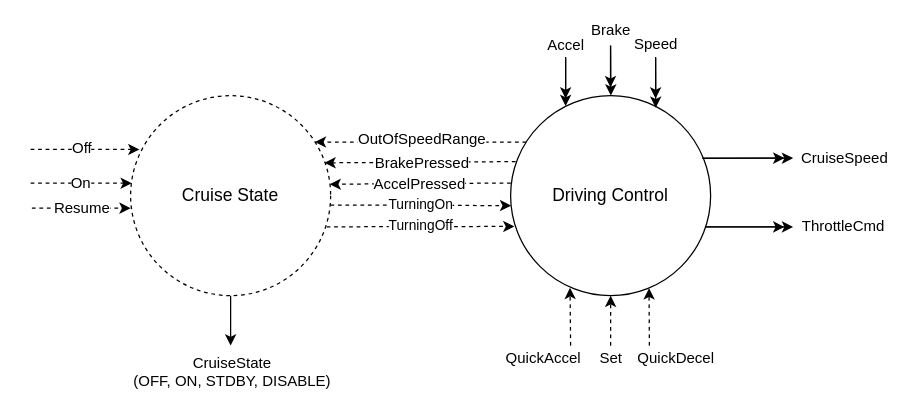
This is Diagrams/refinement.drawio from jacoballen4534/Cruise-Controller, a draw.io file, before an edit. Source tidied: cells renumbered, new cells numbered last; positions are measured from the earlier drawing's top-left corner, leaving out a move shared by most shapes. Both pictures are drawn from the tidied source at 125%, with x=0, y=0 at pixel (30, 45).
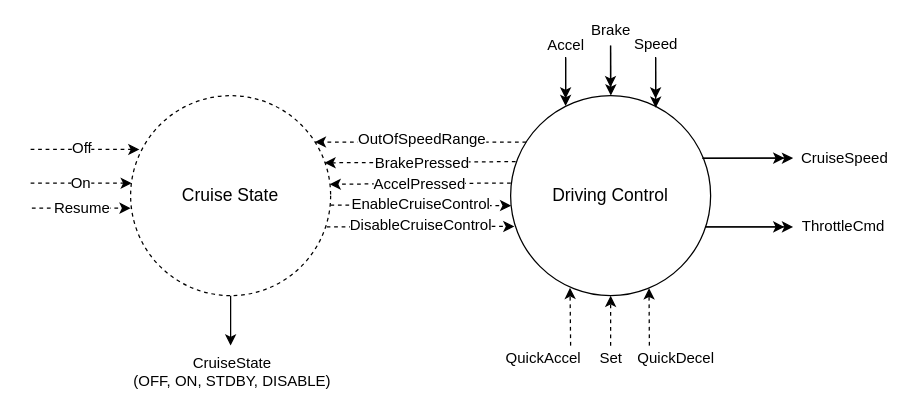
The same page after the edit.

Commit message:
Update turning on/off to enable / disable cruise control

The change refers to these unchanged cells:
```xml
<mxCell id="30" style="endArrow=classic;html=1;exitX=0.999;exitY=0.547;exitDx=0;exitDy=0;exitPerimeter=0;entryX=0.003;entryY=0.55;entryDx=0;entryDy=0;entryPerimeter=0;dashed=1;" parent="1" edge="1" source="3" target="2">
  <mxGeometry relative="1" as="geometry" />
</mxCell>
<mxCell id="32" style="endArrow=classic;html=1;entryX=0.019;entryY=0.654;entryDx=0;entryDy=0;entryPerimeter=0;exitX=0.98;exitY=0.656;exitDx=0;exitDy=0;exitPerimeter=0;dashed=1;" parent="1" edge="1" source="3" target="2">
  <mxGeometry relative="1" as="geometry" />
</mxCell>
```

Diff of the diagram source:
```diff
@@
-    <mxCell id="31" value="TurningOn" style="edgeLabel;html=1;align=center;verticalAlign=middle;" parent="30" vertex="1">
+    <mxCell id="31" value="&lt;font style=&quot;font-size: 12px&quot;&gt;Enable&lt;/font&gt;&lt;span style=&quot;font-size: 12px&quot;&gt;CruiseControl&lt;/span&gt;" style="edgeLabel;html=1;align=center;verticalAlign=middle;" parent="30" vertex="1">
       <mxGeometry x="0.37" y="1" relative="1" as="geometry">
         <mxPoint x="-27" y="0.1" as="offset" />
       </mxGeometry>
     </mxCell>
@@
-    <mxCell id="33" value="TurningOff" style="edgeLabel;html=1;align=center;verticalAlign=middle;" parent="32" vertex="1">
+    <mxCell id="33" value="&lt;span style=&quot;font-size: 12px&quot;&gt;DisableCruiseControl&lt;/span&gt;" style="edgeLabel;html=1;align=center;verticalAlign=middle;" parent="32" vertex="1">
       <mxGeometry x="-0.07" relative="1" as="geometry">
         <mxPoint x="4.9" y="-1.8" as="offset" />
       </mxGeometry>
     </mxCell>
```
